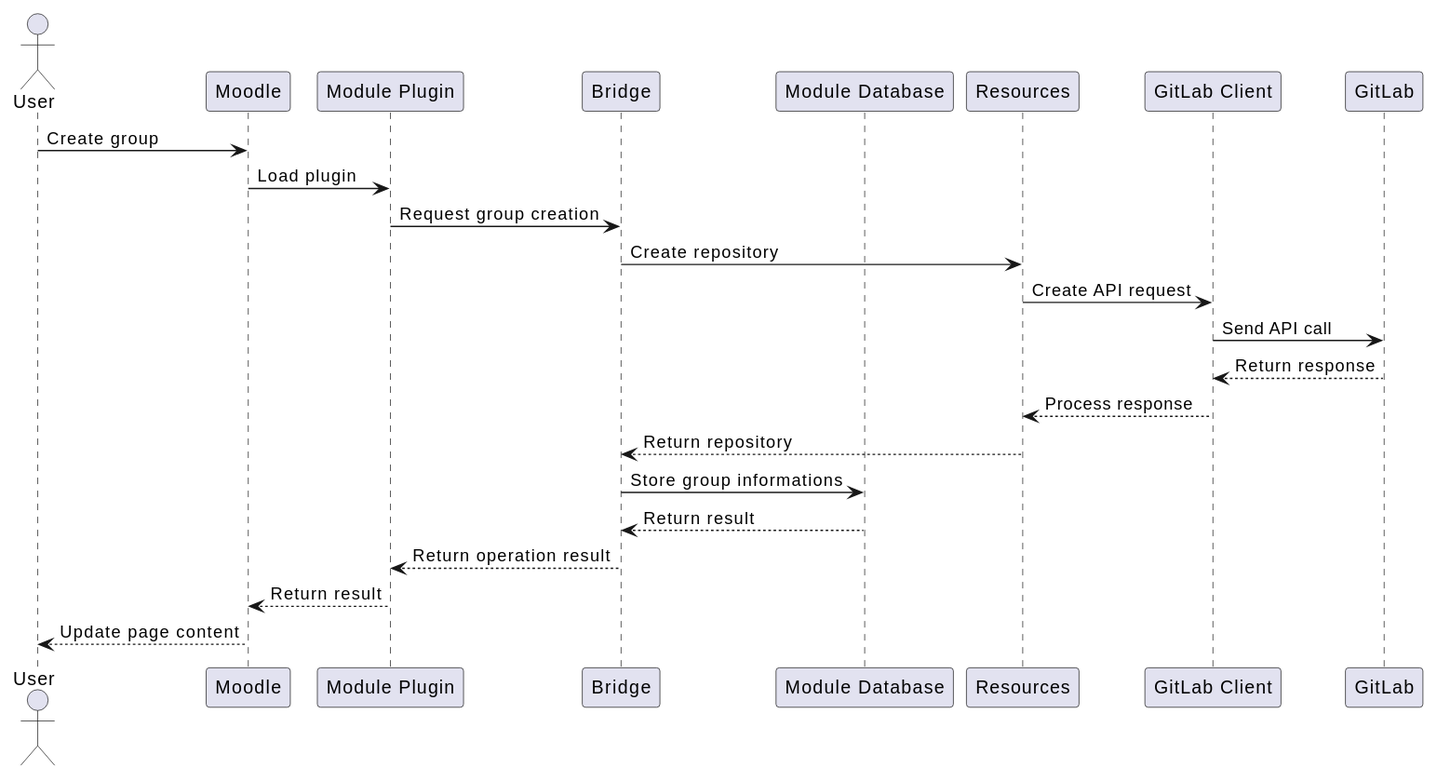
Before: docs/report/images/moodle_module_plugin_components.svg, a diagram exported from PlantUML (LeonardJouve/moodle-gitlab-integration). The source it was exported from:
```plantuml
@startuml
actor User
participant Moodle
participant "Module Plugin" as Plugin
participant Bridge
participant "Module Database" as Database
participant Resources
participant "GitLab Client" as GitLabClient
participant GitLab


User -> Moodle: Create group
Moodle -> Plugin: Load plugin

Plugin -> Bridge: Request group creation

Bridge -> Resources: Create repository
Resources -> GitLabClient: Create API request
GitLabClient -> GitLab: Send API call
GitLab --> GitLabClient: Return response
GitLabClient --> Resources: Process response
Resources --> Bridge: Return repository

Bridge -> Database: Store group informations
Database --> Bridge: Return result

Bridge --> Plugin: Return operation result
Plugin --> Moodle: Return result
Moodle --> User: Update page content
@enduml
```
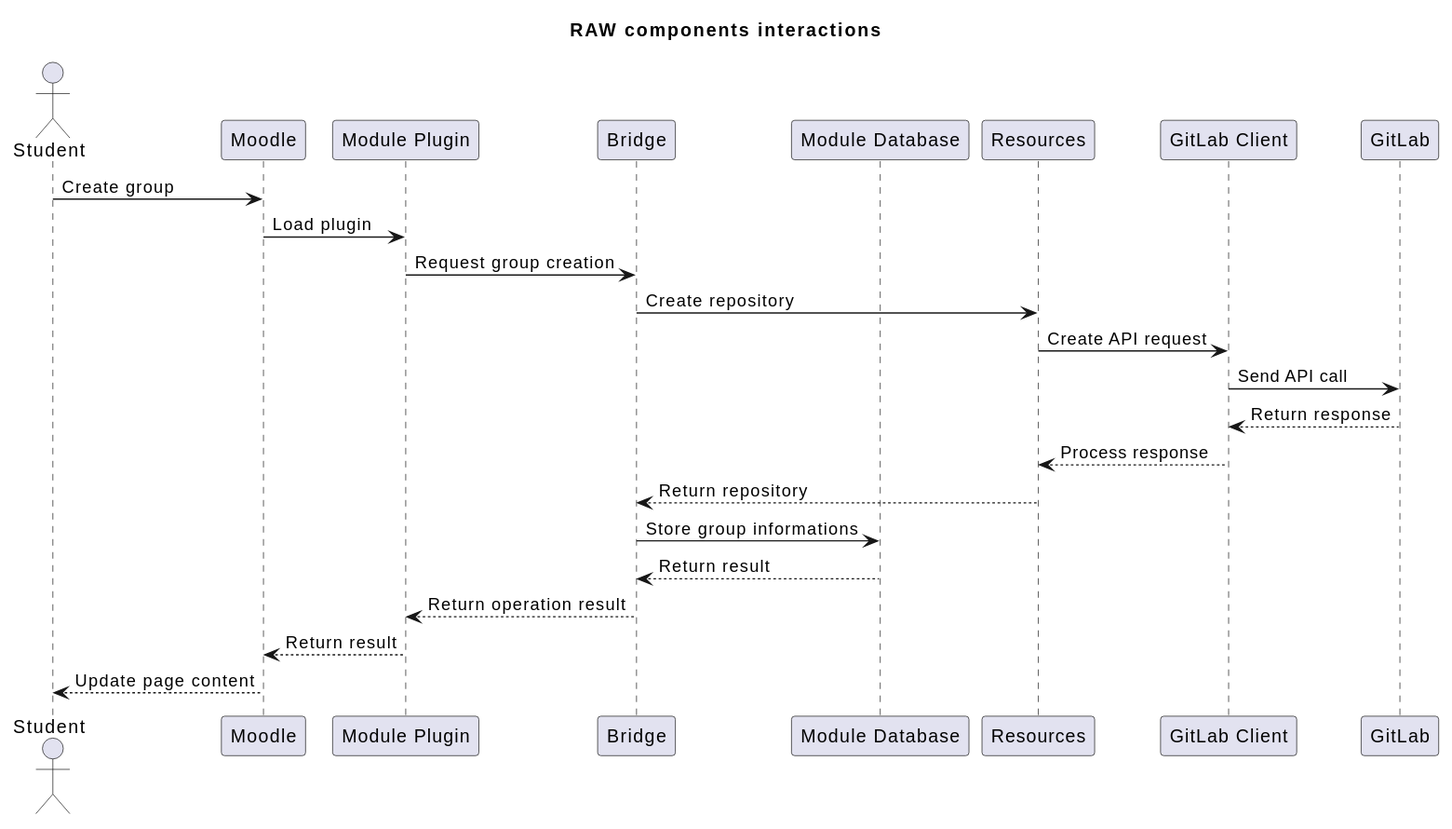
The same file after the commit.

What changed in the source:
```diff
@@ -1,30 +1,27 @@
 @startuml
-actor User
+title RAW components interactions
+
+actor Student
 participant Moodle
-participant "Module Plugin" as Plugin
+participant "Module Plugin" as ModulePlugin
 participant Bridge
-participant "Module Database" as Database
+participant "Module Database" as ModuleDatabase
 participant Resources
 participant "GitLab Client" as GitLabClient
 participant GitLab
 
-
-User -> Moodle: Create group
-Moodle -> Plugin: Load plugin
-
-Plugin -> Bridge: Request group creation
-
+Student-> Moodle: Create group
+Moodle -> ModulePlugin: Load plugin
+ModulePlugin -> Bridge: Request group creation
 Bridge -> Resources: Create repository
 Resources -> GitLabClient: Create API request
 GitLabClient -> GitLab: Send API call
 GitLab --> GitLabClient: Return response
 GitLabClient --> Resources: Process response
 Resources --> Bridge: Return repository
-
-Bridge -> Database: Store group informations
-Database --> Bridge: Return result
-
-Bridge --> Plugin: Return operation result
-Plugin --> Moodle: Return result
-Moodle --> User: Update page content
+Bridge -> ModuleDatabase: Store group informations
+ModuleDatabase --> Bridge: Return result
+Bridge --> ModulePlugin: Return operation result
+ModulePlugin --> Moodle: Return result
+Moodle --> Student: Update page content
 @enduml
```
